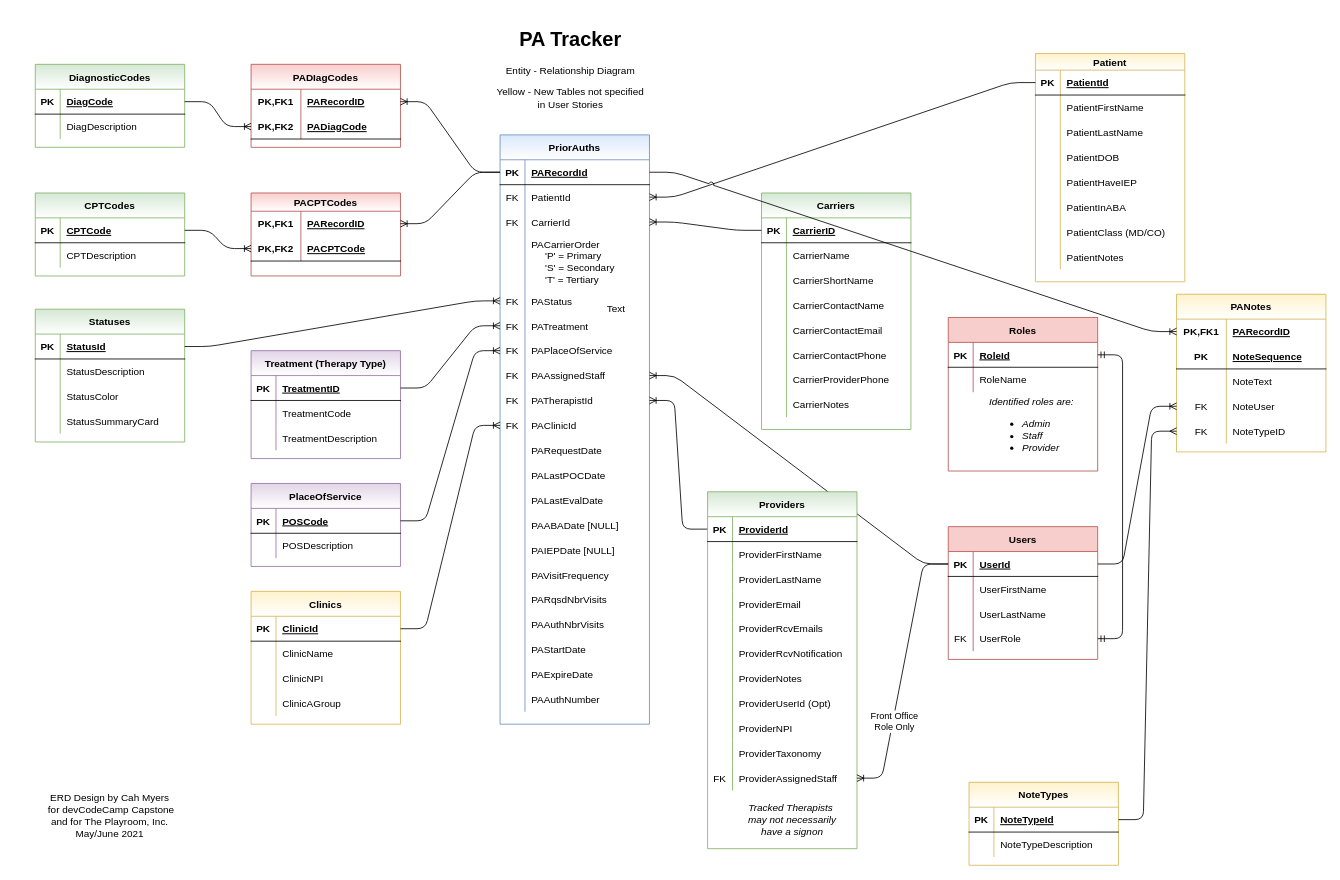
Above: PA_Tracker_Db.drawio in cashmy/PA_Backend (draw.io), before the change. Source tidied: cells renumbered, new cells numbered last; positions are measured from the earlier drawing's top-left corner, leaving out a move shared by most shapes. Both pictures are drawn from the tidied source at 83%, with x=0, y=0 at pixel (14, 22).
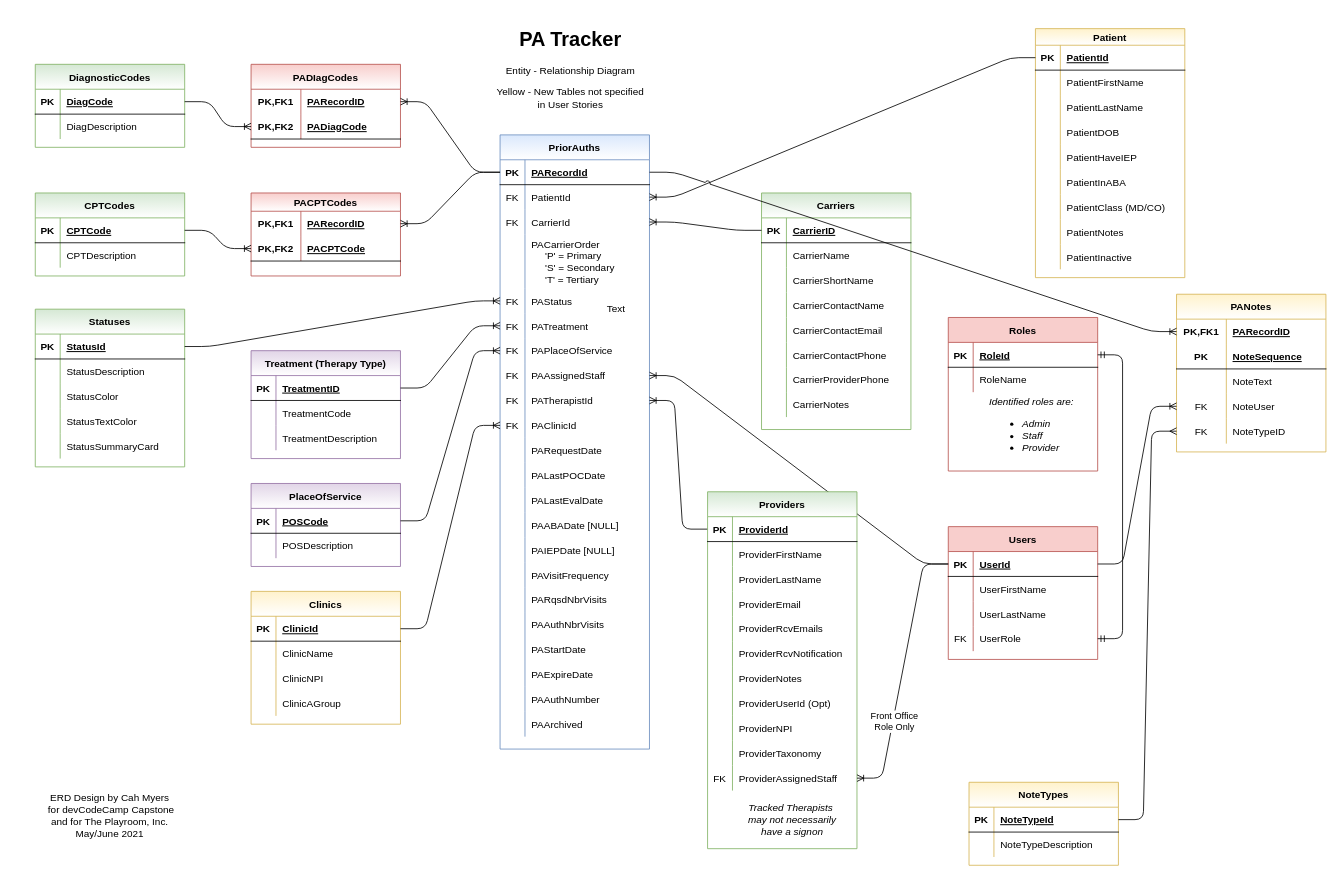
The same diagram, later.

Commit message:
Added Archive & Inactive sts to PA & Patient

Change to the diagram source:
```diff
@@
     <mxCell id="51" value="Patient" style="shape=table;startSize=20;childLayout=tableLayout;rowLines=0;fontStyle=1;align=center;fillColor=#fff2cc;strokeColor=#d6b656;gradientColor=#ffffff;" parent="1" vertex="1">
-      <mxGeometry x="1230" y="37" width="180" height="275" as="geometry" />
+      <mxGeometry x="1230" y="7" width="180" height="300" as="geometry" />
     </mxCell>
@@
+    <mxCell id="288" style="shape=partialRectangle;fillColor=none;top=0;left=0;bottom=0;right=0;" parent="51" vertex="1">
+      <mxGeometry y="260" width="180" height="30" as="geometry" />
+    </mxCell>
+    <mxCell id="289" style="shape=partialRectangle;fillColor=none;top=0;left=0;bottom=0;right=0;overflow=hidden;" parent="288" vertex="1">
+      <mxGeometry width="30" height="30" as="geometry" />
+    </mxCell>
+    <mxCell id="290" value="PatientInactive" style="shape=partialRectangle;fillColor=none;top=0;left=0;bottom=0;right=0;align=left;spacingLeft=6;overflow=hidden;" parent="288" vertex="1">
+      <mxGeometry x="30" width="150" height="30" as="geometry" />
+    </mxCell>
@@
     <mxCell id="83" value="Statuses" style="shape=table;startSize=30;childLayout=tableLayout;rowLines=0;fontStyle=1;align=center;fillColor=#d5e8d4;strokeColor=#82b366;gradientColor=#ffffff;" parent="1" vertex="1">
-      <mxGeometry x="25" y="345" width="180" height="160" as="geometry" />
+      <mxGeometry x="25" y="345" width="180" height="190" as="geometry" />
     </mxCell>
@@
+    <mxCell id="291" style="shape=partialRectangle;fillColor=none;top=0;left=0;bottom=0;right=0;" parent="83" vertex="1">
+      <mxGeometry y="120" width="180" height="30" as="geometry" />
+    </mxCell>
+    <mxCell id="292" style="shape=partialRectangle;fillColor=none;top=0;left=0;bottom=0;right=0;overflow=hidden;" parent="291" vertex="1">
+      <mxGeometry width="30" height="30" as="geometry" />
+    </mxCell>
+    <mxCell id="293" value="StatusTextColor" style="shape=partialRectangle;fillColor=none;top=0;left=0;bottom=0;right=0;align=left;spacingLeft=6;overflow=hidden;" parent="291" vertex="1">
+      <mxGeometry x="30" width="150" height="30" as="geometry" />
+    </mxCell>
     <mxCell id="93" style="shape=partialRectangle;fillColor=none;top=0;left=0;bottom=0;right=0;" parent="83" vertex="1">
-      <mxGeometry y="120" width="180" height="30" as="geometry" />
+      <mxGeometry y="150" width="180" height="30" as="geometry" />
     </mxCell>
@@
     <mxCell id="109" value="PriorAuths" style="shape=table;startSize=30;childLayout=tableLayout;rowLines=0;fontStyle=1;align=center;fillColor=#dae8fc;strokeColor=#6c8ebf;gradientColor=#ffffff;" parent="1" vertex="1">
-      <mxGeometry x="585" y="135" width="180" height="710" as="geometry" />
+      <mxGeometry x="585" y="135" width="180" height="740" as="geometry" />
     </mxCell>
@@
+    <mxCell id="294" style="shape=partialRectangle;fillColor=none;top=0;left=0;bottom=0;right=0;" parent="109" vertex="1">
+      <mxGeometry y="695" width="180" height="30" as="geometry" />
+    </mxCell>
+    <mxCell id="295" style="shape=partialRectangle;fillColor=none;top=0;left=0;bottom=0;right=0;overflow=hidden;" parent="294" vertex="1">
+      <mxGeometry width="30" height="30" as="geometry" />
+    </mxCell>
+    <mxCell id="296" value="PAArchived" style="shape=partialRectangle;fillColor=none;top=0;left=0;bottom=0;right=0;align=left;spacingLeft=6;overflow=hidden;" parent="294" vertex="1">
+      <mxGeometry x="30" width="150" height="30" as="geometry" />
+    </mxCell>
```
